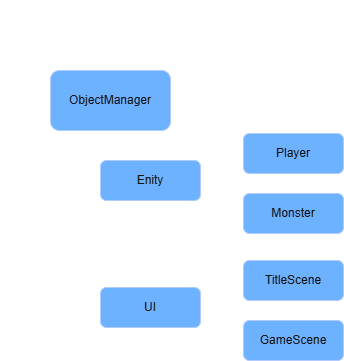
This is p1/이미지 작업파일/ReadMe_Image/HoloCureCloneMain1-ObjectManager To Scene_1.drawio.png from BeomChi/HoloCureClone, a draw.io export, as it was before one commit. Source tidied: cells renumbered, new cells last; positions are measured from the earlier drawing's top-left corner, leaving out a move shared by most shapes.
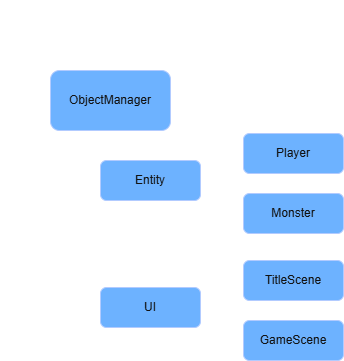
Above is the later version.

The edit, as a diff of the source:
```diff
@@ -17,7 +17,7 @@
     <mxCell id="6" style="edgeStyle=orthogonalEdgeStyle;rounded=0;jettySize=auto;html=1;" parent="1" edge="1" source="7" target="9">
       <mxGeometry relative="1" as="geometry" />
     </mxCell>
-    <mxCell id="7" value="Enity" style="rounded=1;whiteSpace=wrap;html=1;fillColor=#0050ef;fontColor=#ffffff;strokeColor=#001DBC;" parent="1" vertex="1">
+    <mxCell id="7" value="Entity" style="rounded=1;whiteSpace=wrap;html=1;fillColor=#0050ef;fontColor=#ffffff;strokeColor=#001DBC;" parent="1" vertex="1">
       <mxGeometry x="100" y="160" width="100" height="40" as="geometry" />
     </mxCell>
     <mxCell id="8" value="Player" style="rounded=1;whiteSpace=wrap;html=1;fillColor=#0050ef;fontColor=#ffffff;strokeColor=#001DBC;" parent="1" vertex="1">
```
